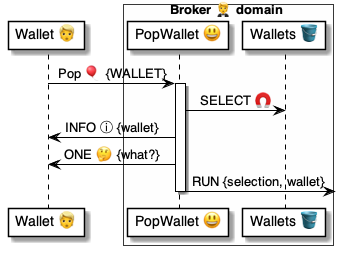
Earlier version of the PlantUML export 4 ⚙️ Solution/20 🧑‍🦰 UI/Brokers 🤵/🤵😃 Broker talkers/PopWallet 🧑‍🦰 talker/Wallet/🤵 PopWallet ⚙️ uml.png (pollyweb-org/pollyweb-docs). Its source is kept beside it as 4 ⚙️ Solution/20 🧑‍🦰 UI/Brokers 🤵/🤵😃 Broker talkers/PopWallet 🧑‍🦰 talker/Wallet/🤵 PopWallet ⚙️ uml.puml.
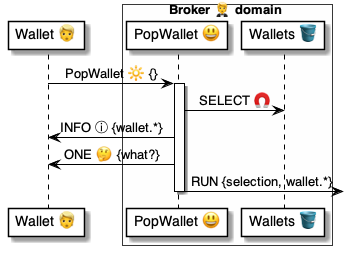
After the commit.

Diff of the diagram source:
```diff
@@ -7,13 +7,13 @@
 end box
 
 
-wallet -> popped: Pop 🎈 {WALLET}
+wallet -> popped: PopWallet 🔆 {}
 
 activate popped
     popped -> wallets: SELECT 🧲
-    popped -> wallet: INFO ⓘ {wallet}
+    popped -> wallet: INFO ⓘ {wallet.*}
     popped -> wallet: ONE 🤔 {what?}
-    popped -> : RUN {selection, wallet}
+    popped -> : RUN {selection, wallet.*}
 deactivate popped
 
 
```
